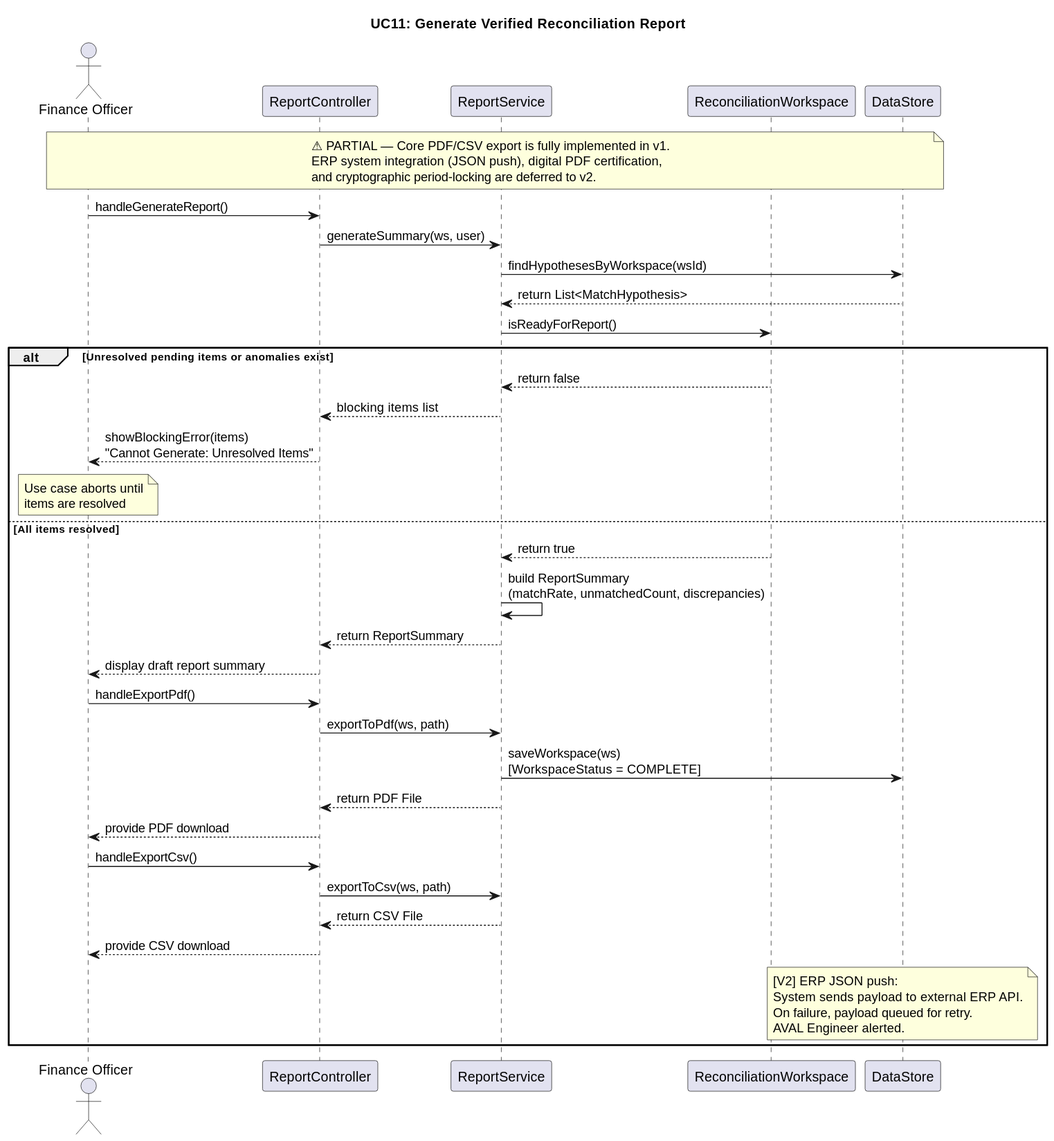
Before: docs/Sequence Diagrams/UC11_GenerateVerifiedReconciliationReport.svg, a diagram exported from PlantUML (rayyan-41/AVAL-AI-Reconciliation-Engine).
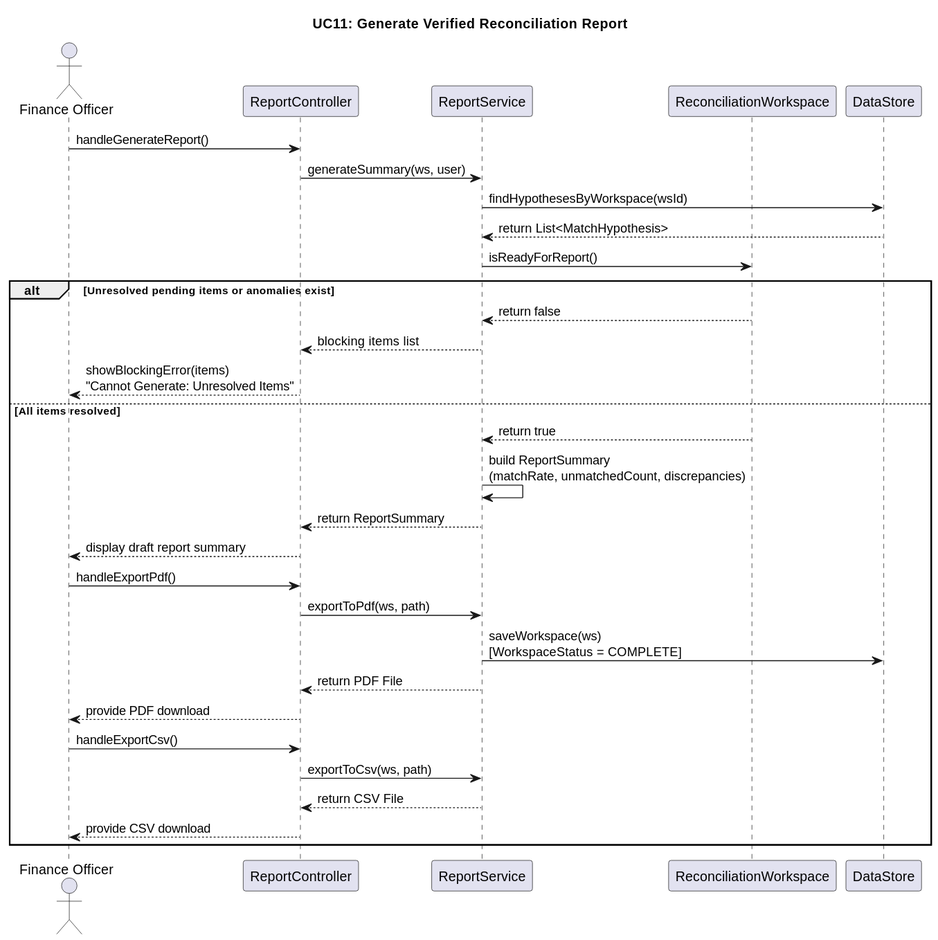
Above is the later version.

Change to the diagram source:
```diff
@@ -1,11 +1,5 @@
 @startuml
 title UC11: Generate Verified Reconciliation Report
-
-note across
-  ⚠ PARTIAL — Core PDF/CSV export is fully implemented in v1.
-  ERP system integration (JSON push), digital PDF certification,
-  and cryptographic period-locking are deferred to v2.
-end note
 
 actor "Finance Officer" as FO
 participant "ReportController" as RC
@@ -25,7 +19,6 @@
     RW --> RS : return false
     RS --> RC : blocking items list
     RC --> FO : showBlockingError(items)\n"Cannot Generate: Unresolved Items"
-    note over FO : Use case aborts until\nitems are resolved
 else All items resolved
     RW --> RS : return true
     RS -> RS : build ReportSummary\n(matchRate, unmatchedCount, discrepancies)
@@ -42,7 +35,5 @@
     RC -> RS : exportToCsv(ws, path)
     RS --> RC : return CSV File
     RC --> FO : provide CSV download
-
-    note over DS : [V2] ERP JSON push:\nSystem sends payload to external ERP API.\nOn failure, payload queued for retry.\nAVAL Engineer alerted.
 end
 @enduml
```
